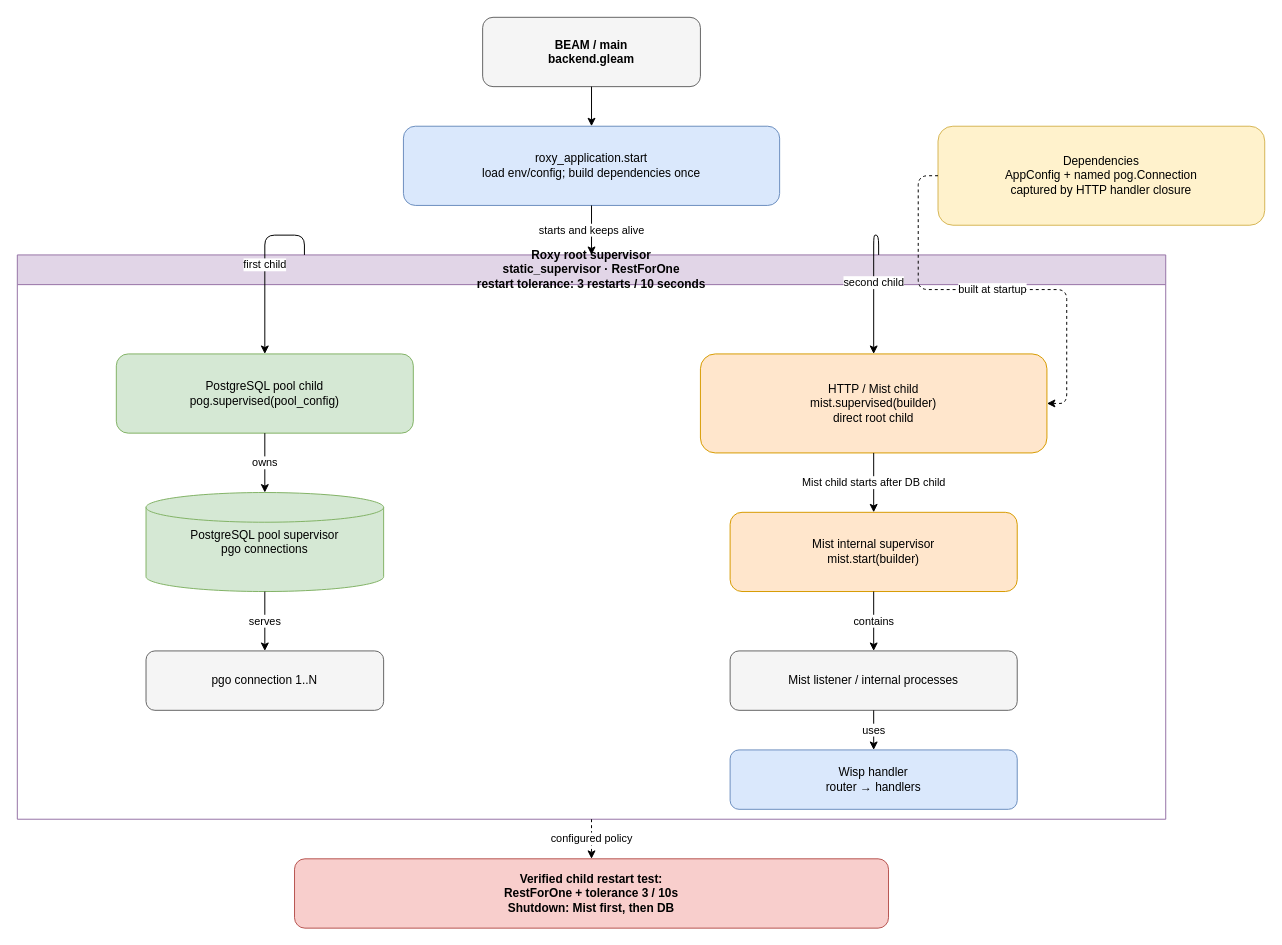
Before: backend/docs/otp-supervision-tree.drawio in alisawavezen12/roxy, a draw.io diagram. Source tidied: cells renumbered, new cells numbered last; positions are measured from the earlier drawing's top-left corner, leaving out a move shared by most shapes. Both pictures are drawn from the tidied source at 99%, with x=0, y=0 at pixel (17, 17).
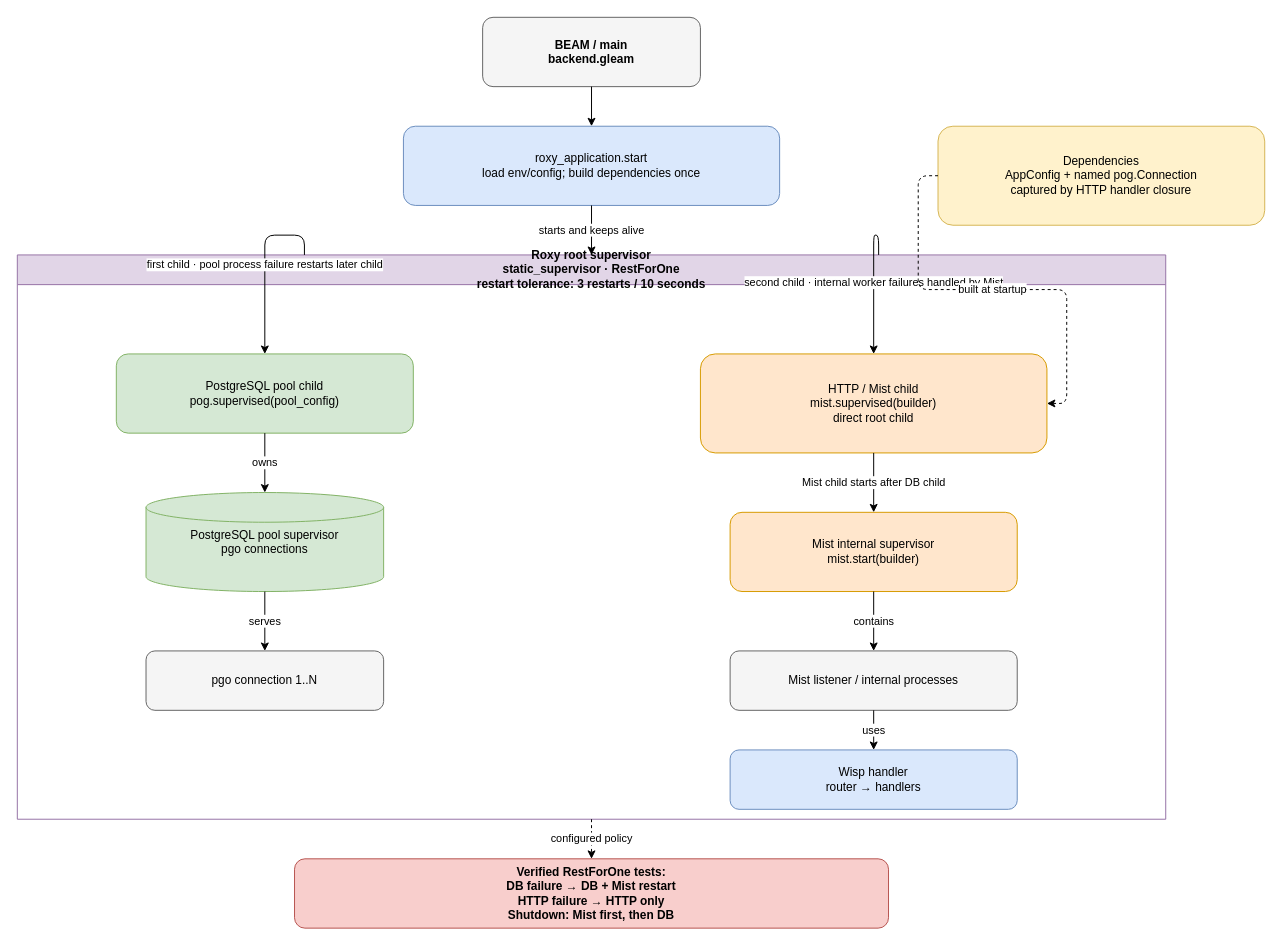
The same diagram, later.

Unchanged cells that the change refers to:
```xml
<mxCell id="4" value="Roxy root supervisor&#10;static_supervisor · RestForOne&#10;restart tolerance: 3 restarts / 10 seconds" style="swimlane;startSize=30;whiteSpace=wrap;html=1;fillColor=#e1d5e7;strokeColor=#9673a6;fontStyle=1;" parent="1" vertex="1">
  <mxGeometry y="240" width="1160" height="570" as="geometry" />
</mxCell>
<mxCell id="5" value="PostgreSQL pool child&#10;pog.supervised(pool_config)" style="rounded=1;whiteSpace=wrap;html=1;fillColor=#d5e8d4;strokeColor=#82b366;" parent="4" vertex="1">
  <mxGeometry x="100" y="100" width="300" height="80" as="geometry" />
</mxCell>
<mxCell id="8" value="HTTP / Mist child&#10;mist.supervised(builder)&#10;direct root child" style="rounded=1;whiteSpace=wrap;html=1;fillColor=#ffe6cc;strokeColor=#d79b00;" parent="4" vertex="1">
  <mxGeometry x="690" y="100" width="350" height="100" as="geometry" />
</mxCell>
```

Change to the diagram source:
```diff
@@
-    <mxCell id="13" value="Verified child restart test:&#10;RestForOne + tolerance 3 / 10s&#10;Shutdown: Mist first, then DB" style="rounded=1;whiteSpace=wrap;html=1;fillColor=#f8cecc;strokeColor=#b85450;fontStyle=1;" parent="1" vertex="1">
+    <mxCell id="13" value="Verified RestForOne tests:&#10;DB failure → DB + Mist restart&#10;HTTP failure → HTTP only&#10;Shutdown: Mist first, then DB" style="rounded=1;whiteSpace=wrap;html=1;fillColor=#f8cecc;strokeColor=#b85450;fontStyle=1;" parent="1" vertex="1">
       <mxGeometry x="280" y="850" width="600" height="70" as="geometry" />
     </mxCell>
@@
-    <mxCell id="16" value="first child" style="edgeStyle=orthogonalEdgeStyle;rounded=1;jettySize=auto;html=1;exitX=0.25;exitY=0;entryX=0.5;entryY=0;" parent="1" edge="1" source="4" target="5">
+    <mxCell id="16" value="first child · pool process failure restarts later child" style="edgeStyle=orthogonalEdgeStyle;rounded=1;jettySize=auto;html=1;exitX=0.25;exitY=0;entryX=0.5;entryY=0;" parent="1" edge="1" source="4" target="5">
       <mxGeometry relative="1" as="geometry" />
     </mxCell>
-    <mxCell id="17" value="second child" style="edgeStyle=orthogonalEdgeStyle;rounded=1;jettySize=auto;html=1;exitX=0.75;exitY=0;entryX=0.5;entryY=0;" parent="1" edge="1" source="4" target="8">
+    <mxCell id="17" value="second child · internal worker failures handled by Mist" style="edgeStyle=orthogonalEdgeStyle;rounded=1;jettySize=auto;html=1;exitX=0.75;exitY=0;entryX=0.5;entryY=0;" parent="1" edge="1" source="4" target="8">
       <mxGeometry relative="1" as="geometry" />
     </mxCell>
```
